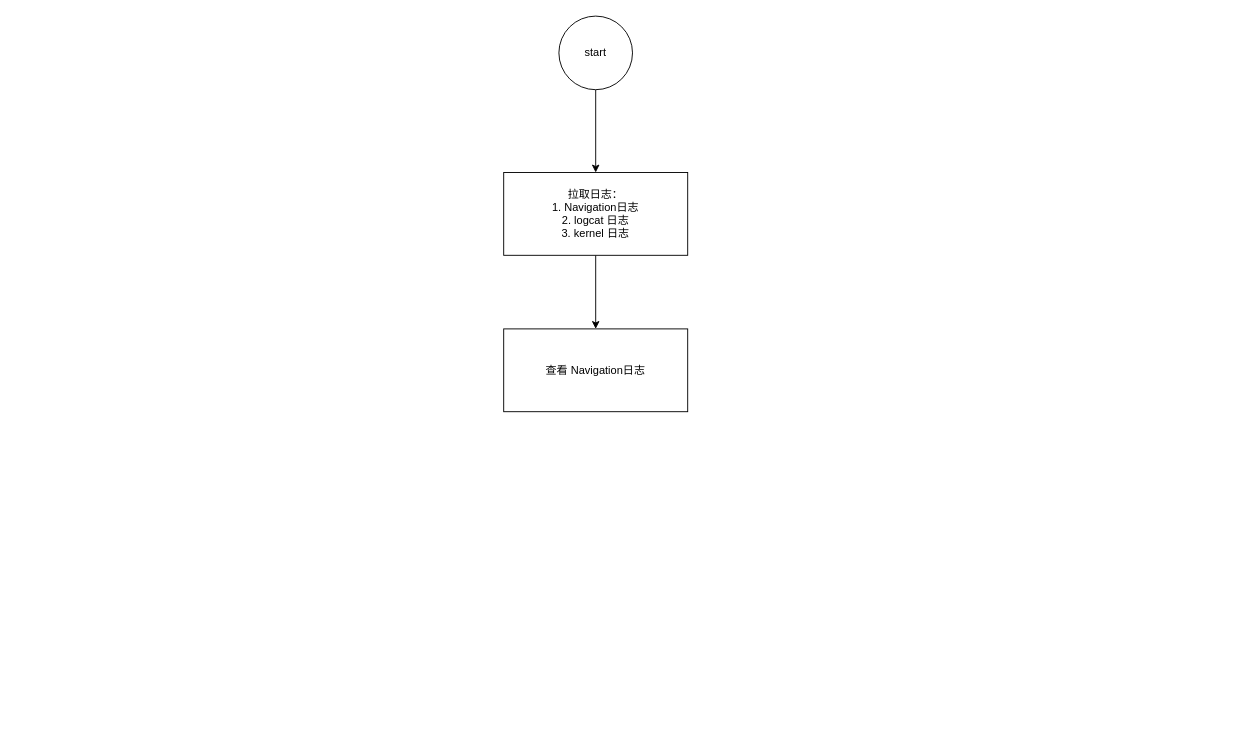
Before: rgbd异常自查流程.drawio in Jev0987/drawioFile, a draw.io diagram. Source tidied: cells renumbered, new cells numbered last; positions are measured from the earlier drawing's top-left corner, leaving out a move shared by most shapes. Both pictures are drawn from the tidied source at 92%, with x=0, y=0 at pixel (503, 16).
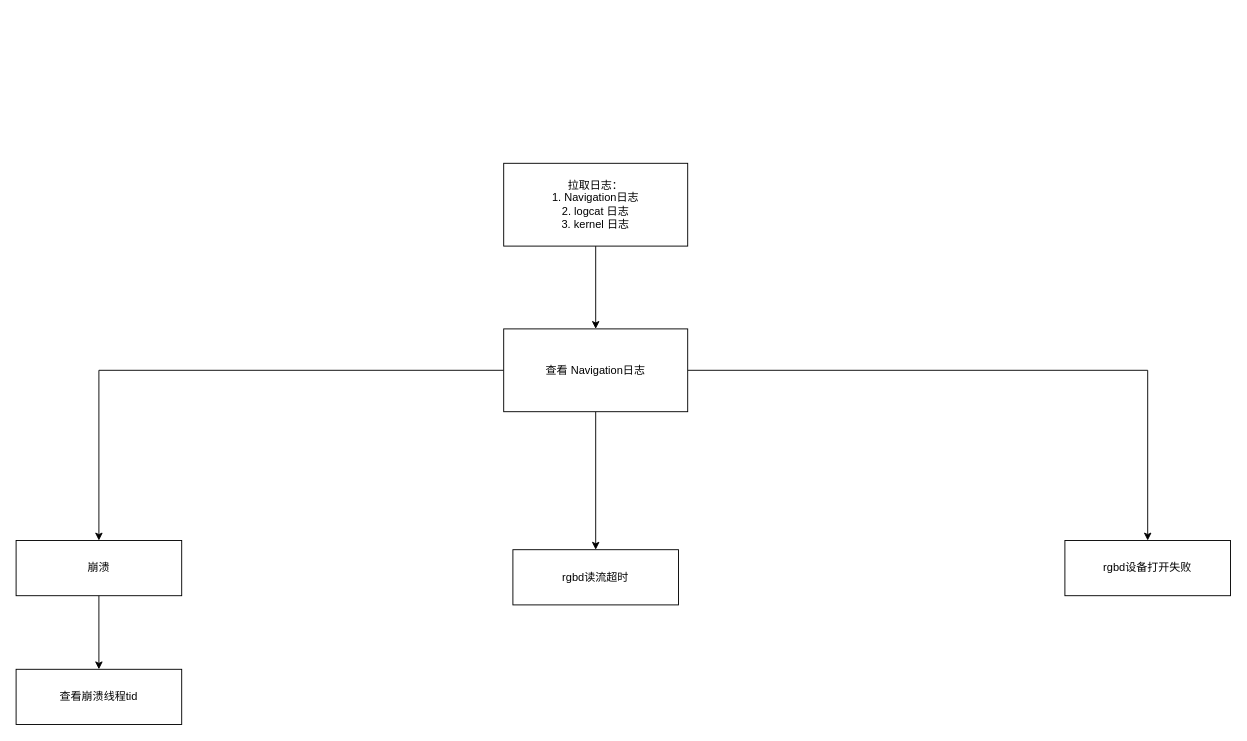
The same diagram, later.

Commit message (it also covers changes not shown here):
更新rgbd异常自查流程.drawio

The edit, as a diff of the source:
```diff
@@
 <mxGraphModel>
   <root>
     <mxCell id="0" />
     <mxCell id="1" parent="0" />
-    <mxCell id="2" style="edgeStyle=orthogonalEdgeStyle;rounded=0;jettySize=auto;html=1;" parent="1" edge="1" source="3" target="5">
-      <mxGeometry relative="1" as="geometry" />
-    </mxCell>
-    <mxCell id="3" value="start" style="ellipse;whiteSpace=wrap;html=1;" parent="1" vertex="1">
-      <mxGeometry x="60" width="80" height="80" as="geometry" />
-    </mxCell>
     <mxCell id="4" style="edgeStyle=orthogonalEdgeStyle;rounded=0;jettySize=auto;html=1;" parent="1" edge="1" source="5" target="6">
       <mxGeometry relative="1" as="geometry" />
     </mxCell>
     <mxCell id="5" value="拉取日志：&lt;br&gt;1. Navigation日志&lt;div&gt;2. logcat 日志&lt;/div&gt;&lt;div&gt;3. kernel 日志&lt;/div&gt;" style="whiteSpace=wrap;html=1;" parent="1" vertex="1">
-      <mxGeometry y="170" width="200" height="90" as="geometry" />
+      <mxGeometry y="160" width="200" height="90" as="geometry" />
     </mxCell>
+    <mxCell id="7" style="edgeStyle=orthogonalEdgeStyle;rounded=0;jettySize=auto;html=1;" parent="1" edge="1" source="6" target="11">
+      <mxGeometry relative="1" as="geometry" />
+    </mxCell>
+    <mxCell id="8" style="edgeStyle=orthogonalEdgeStyle;rounded=0;jettySize=auto;html=1;exitX=0.5;exitY=1;exitDx=0;exitDy=0;entryX=0.5;entryY=0;entryDx=0;entryDy=0;" parent="1" edge="1" source="6" target="12">
+      <mxGeometry relative="1" as="geometry" />
+    </mxCell>
+    <mxCell id="9" style="edgeStyle=orthogonalEdgeStyle;rounded=0;jettySize=auto;html=1;exitX=1;exitY=0.5;exitDx=0;exitDy=0;entryX=0.5;entryY=0;entryDx=0;entryDy=0;" parent="1" edge="1" source="6" target="13">
+      <mxGeometry relative="1" as="geometry" />
+    </mxCell>
     <mxCell id="6" value="查看 Navigation日志" style="whiteSpace=wrap;html=1;" parent="1" vertex="1">
       <mxGeometry y="340" width="200" height="90" as="geometry" />
     </mxCell>
+    <mxCell id="10" style="edgeStyle=orthogonalEdgeStyle;rounded=0;jettySize=auto;html=1;" parent="1" edge="1" source="11" target="14">
+      <mxGeometry relative="1" as="geometry" />
+    </mxCell>
+    <mxCell id="11" value="崩溃" style="whiteSpace=wrap;html=1;" parent="1" vertex="1">
+      <mxGeometry x="-530" y="570" width="180" height="60" as="geometry" />
+    </mxCell>
+    <mxCell id="12" value="rgbd读流超时" style="whiteSpace=wrap;html=1;" parent="1" vertex="1">
+      <mxGeometry x="10" y="580" width="180" height="60" as="geometry" />
+    </mxCell>
+    <mxCell id="13" value="rgbd设备打开失败" style="whiteSpace=wrap;html=1;" parent="1" vertex="1">
+      <mxGeometry x="610" y="570" width="180" height="60" as="geometry" />
+    </mxCell>
+    <mxCell id="14" value="查看崩溃线程tid" style="whiteSpace=wrap;html=1;" parent="1" vertex="1">
+      <mxGeometry x="-530" y="710" width="180" height="60" as="geometry" />
+    </mxCell>
   </root>
 </mxGraphModel>
```
